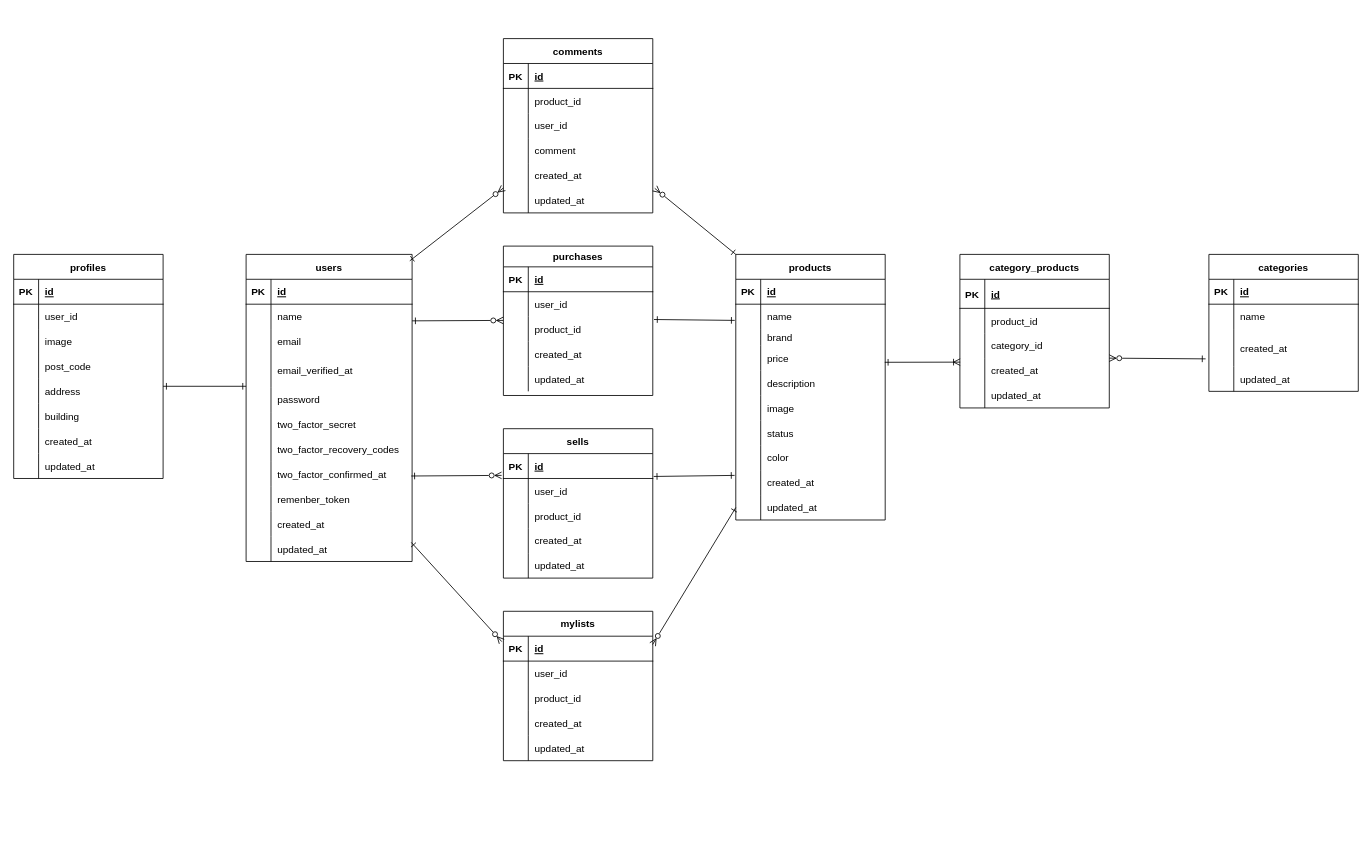
Before: src/database/er.drawio in NaoyaNoro/coachtech-market, a draw.io diagram. Source tidied: cells renumbered, new cells numbered last; positions are measured from the earlier drawing's top-left corner, leaving out a move shared by most shapes. Both pictures are drawn from the tidied source at 83%, with x=0, y=0 at pixel (13, 38).
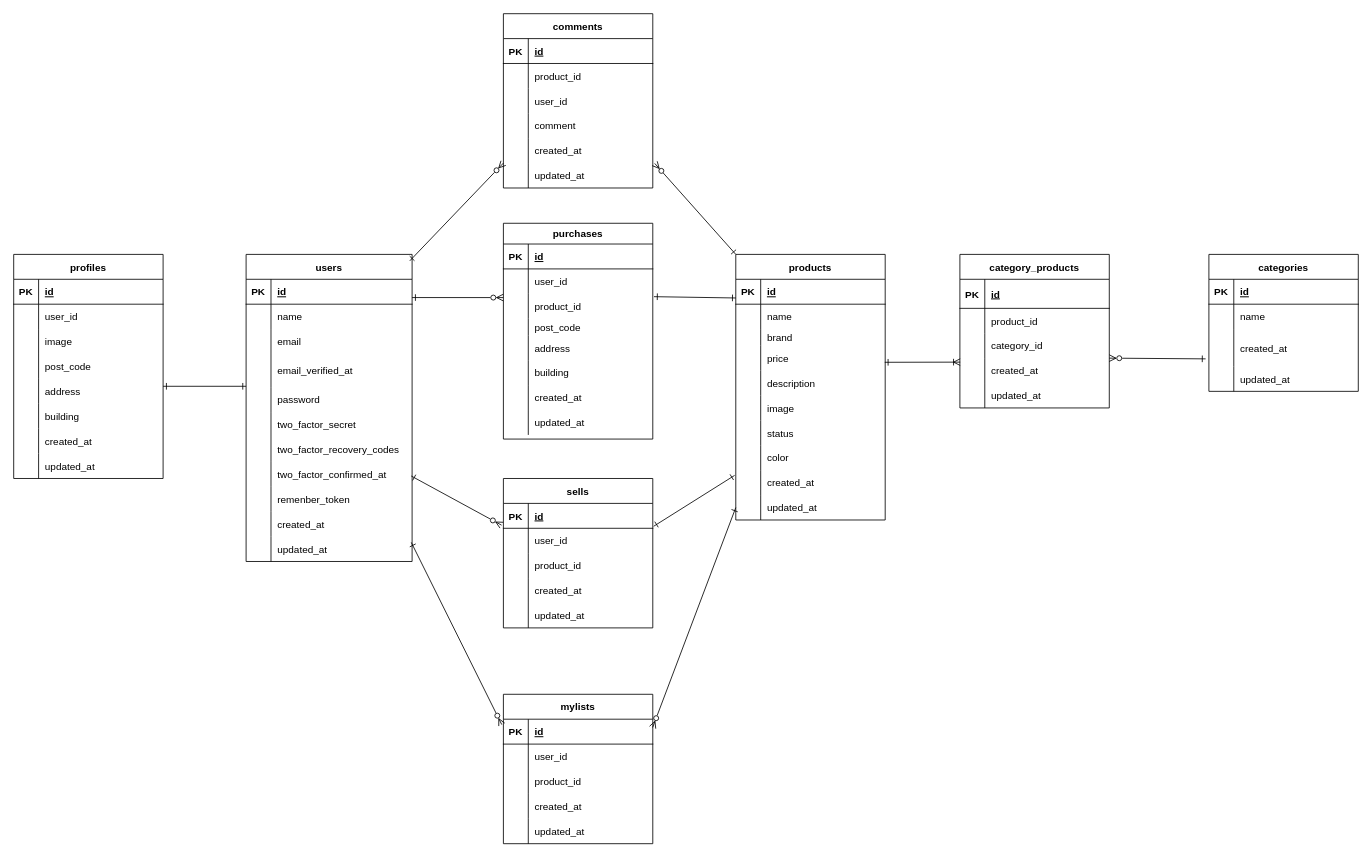
The same diagram, later.

The change refers to these unchanged cells:
```xml
<mxCell id="31" style="shape=tableRow;horizontal=0;startSize=0;swimlaneHead=0;swimlaneBody=0;fillColor=none;points=[[0,0.5],[1,0.5]];portConstraint=eastwest;top=0;left=0;right=0;bottom=0;" parent="27" vertex="1">
  <mxGeometry y="60" width="200" height="30" as="geometry" />
</mxCell>
<mxCell id="75" style="shape=tableRow;horizontal=0;startSize=0;swimlaneHead=0;swimlaneBody=0;fillColor=none;points=[[0,0.5],[1,0.5]];portConstraint=eastwest;top=0;left=0;right=0;bottom=1;" parent="74" vertex="1">
  <mxGeometry y="30" width="180" height="30" as="geometry" />
</mxCell>
<mxCell id="78" style="shape=tableRow;horizontal=0;startSize=0;swimlaneHead=0;swimlaneBody=0;fillColor=none;points=[[0,0.5],[1,0.5]];portConstraint=eastwest;top=0;left=0;right=0;bottom=0;" parent="74" vertex="1">
  <mxGeometry y="60" width="180" height="30" as="geometry" />
</mxCell>
<mxCell id="163" style="shape=tableRow;horizontal=0;startSize=0;swimlaneHead=0;swimlaneBody=0;fillColor=none;points=[[0,0.5],[1,0.5]];portConstraint=eastwest;top=0;left=0;right=0;bottom=0;" parent="156" vertex="1">
  <mxGeometry y="85" width="180" height="30" as="geometry" />
</mxCell>
```

Diff of the diagram source:
```diff
@@
     <mxCell id="105" value="mylists" style="shape=table;startSize=30;childLayout=tableLayout;rowLines=0;fontStyle=1;align=center;" parent="1" vertex="1">
-      <mxGeometry x="590" y="690" width="180" height="180" as="geometry" />
+      <mxGeometry x="590" y="790" width="180" height="180" as="geometry" />
     </mxCell>
@@
     <mxCell id="137" value="comments" style="shape=table;startSize=30;childLayout=tableLayout;rowLines=0;fontStyle=1;align=center;" parent="1" vertex="1">
-      <mxGeometry x="590" width="180" height="210" as="geometry" />
+      <mxGeometry x="590" y="-30" width="180" height="210" as="geometry" />
     </mxCell>
@@
     <mxCell id="156" value="purchases" style="shape=table;startSize=25;childLayout=tableLayout;rowLines=0;fontStyle=1;align=center;" parent="1" vertex="1">
-      <mxGeometry x="590" y="250" width="180" height="180" as="geometry" />
+      <mxGeometry x="590" y="222.5" width="180" height="260" as="geometry" />
     </mxCell>
@@
     <mxCell id="166" style="shape=tableRow;horizontal=0;startSize=0;swimlaneHead=0;swimlaneBody=0;fillColor=none;top=0;left=0;right=0;bottom=0;shadow=0;" parent="156" vertex="1">
-      <mxGeometry y="115" width="180" height="30" as="geometry" />
+      <mxGeometry y="115" width="180" height="20" as="geometry" />
     </mxCell>
     <mxCell id="167" style="shape=partialRectangle;fillColor=none;top=0;left=0;bottom=0;right=0;overflow=hidden;" parent="166" vertex="1">
-      <mxGeometry width="30" height="30" as="geometry" />
+      <mxGeometry width="30" height="20" as="geometry" />
     </mxCell>
-    <mxCell id="168" value="created_at" style="shape=partialRectangle;fillColor=none;top=0;left=0;bottom=0;right=0;align=left;spacingLeft=6;overflow=hidden;" parent="166" vertex="1">
-      <mxGeometry x="30" width="150" height="30" as="geometry" />
+    <mxCell id="168" value="post_code" style="shape=partialRectangle;fillColor=none;top=0;left=0;bottom=0;right=0;align=left;spacingLeft=6;overflow=hidden;" parent="166" vertex="1">
+      <mxGeometry x="30" width="150" height="20" as="geometry" />
     </mxCell>
     <mxCell id="169" style="shape=tableRow;horizontal=0;startSize=0;swimlaneHead=0;swimlaneBody=0;fillColor=none;top=0;left=0;right=0;bottom=0;shadow=0;" parent="156" vertex="1">
-      <mxGeometry y="145" width="180" height="30" as="geometry" />
+      <mxGeometry y="135" width="180" height="30" as="geometry" />
     </mxCell>
@@
-    <mxCell id="171" value="updated_at" style="shape=partialRectangle;fillColor=none;top=0;left=0;bottom=0;right=0;align=left;spacingLeft=6;overflow=hidden;" parent="169" vertex="1">
+    <mxCell id="171" value="address" style="shape=partialRectangle;fillColor=none;top=0;left=0;bottom=0;right=0;align=left;spacingLeft=6;overflow=hidden;" parent="169" vertex="1">
       <mxGeometry x="30" width="150" height="30" as="geometry" />
     </mxCell>
+    <mxCell id="199" style="shape=tableRow;horizontal=0;startSize=0;swimlaneHead=0;swimlaneBody=0;fillColor=none;top=0;left=0;right=0;bottom=0;shadow=0;" parent="156" vertex="1">
+      <mxGeometry y="165" width="180" height="30" as="geometry" />
+    </mxCell>
+    <mxCell id="200" style="shape=partialRectangle;fillColor=none;top=0;left=0;bottom=0;right=0;overflow=hidden;" parent="199" vertex="1">
+      <mxGeometry width="30" height="30" as="geometry" />
+    </mxCell>
+    <mxCell id="201" value="building" style="shape=partialRectangle;fillColor=none;top=0;left=0;bottom=0;right=0;align=left;spacingLeft=6;overflow=hidden;" parent="199" vertex="1">
+      <mxGeometry x="30" width="150" height="30" as="geometry" />
+    </mxCell>
+    <mxCell id="202" style="shape=tableRow;horizontal=0;startSize=0;swimlaneHead=0;swimlaneBody=0;fillColor=none;top=0;left=0;right=0;bottom=0;shadow=0;" parent="156" vertex="1">
+      <mxGeometry y="195" width="180" height="30" as="geometry" />
+    </mxCell>
+    <mxCell id="203" style="shape=partialRectangle;fillColor=none;top=0;left=0;bottom=0;right=0;overflow=hidden;" parent="202" vertex="1">
+      <mxGeometry width="30" height="30" as="geometry" />
+    </mxCell>
+    <mxCell id="204" value="created_at" style="shape=partialRectangle;fillColor=none;top=0;left=0;bottom=0;right=0;align=left;spacingLeft=6;overflow=hidden;" parent="202" vertex="1">
+      <mxGeometry x="30" width="150" height="30" as="geometry" />
+    </mxCell>
+    <mxCell id="205" style="shape=tableRow;horizontal=0;startSize=0;swimlaneHead=0;swimlaneBody=0;fillColor=none;top=0;left=0;right=0;bottom=0;shadow=0;" parent="156" vertex="1">
+      <mxGeometry y="225" width="180" height="30" as="geometry" />
+    </mxCell>
+    <mxCell id="206" style="shape=partialRectangle;fillColor=none;top=0;left=0;bottom=0;right=0;overflow=hidden;" parent="205" vertex="1">
+      <mxGeometry width="30" height="30" as="geometry" />
+    </mxCell>
+    <mxCell id="207" value="updated_at" style="shape=partialRectangle;fillColor=none;top=0;left=0;bottom=0;right=0;align=left;spacingLeft=6;overflow=hidden;" parent="205" vertex="1">
+      <mxGeometry x="30" width="150" height="30" as="geometry" />
+    </mxCell>
-    <mxCell id="172" style="edgeStyle=none;html=1;exitX=-0.001;exitY=0.151;exitDx=0;exitDy=0;entryX=1;entryY=0.669;entryDx=0;entryDy=0;startArrow=ERzeroToMany;startFill=0;endArrow=ERone;endFill=0;entryPerimeter=0;exitPerimeter=0;" parent="1" edge="1" source="163" target="31">
-      <mxGeometry relative="1" as="geometry" />
+    <mxCell id="172" style="edgeStyle=none;html=1;exitX=-0.001;exitY=0.151;exitDx=0;exitDy=0;startArrow=ERzeroToMany;startFill=0;endArrow=ERone;endFill=0;exitPerimeter=0;" parent="1" edge="1" source="163">
+      <mxGeometry relative="1" as="geometry">
+        <mxPoint x="480" y="312" as="targetPoint" />
+      </mxGeometry>
     </mxCell>
-    <mxCell id="173" style="edgeStyle=none;html=1;exitX=1.008;exitY=0.115;exitDx=0;exitDy=0;endArrow=ERone;endFill=0;startArrow=ERone;startFill=0;exitPerimeter=0;entryX=-0.007;entryY=0.651;entryDx=0;entryDy=0;entryPerimeter=0;" parent="1" edge="1" source="163" target="78">
+    <mxCell id="173" style="edgeStyle=none;html=1;exitX=1.008;exitY=0.115;exitDx=0;exitDy=0;endArrow=ERone;endFill=0;startArrow=ERone;startFill=0;exitPerimeter=0;entryX=0;entryY=0.75;entryDx=0;entryDy=0;entryPerimeter=0;" parent="1" edge="1" source="163" target="75">
       <mxGeometry relative="1" as="geometry" />
     </mxCell>
@@
     <mxCell id="175" value="sells" style="shape=table;startSize=30;childLayout=tableLayout;rowLines=0;fontStyle=1;align=center;" parent="1" vertex="1">
-      <mxGeometry x="590" y="470" width="180" height="180" as="geometry" />
+      <mxGeometry x="590" y="530" width="180" height="180" as="geometry" />
     </mxCell>
```
